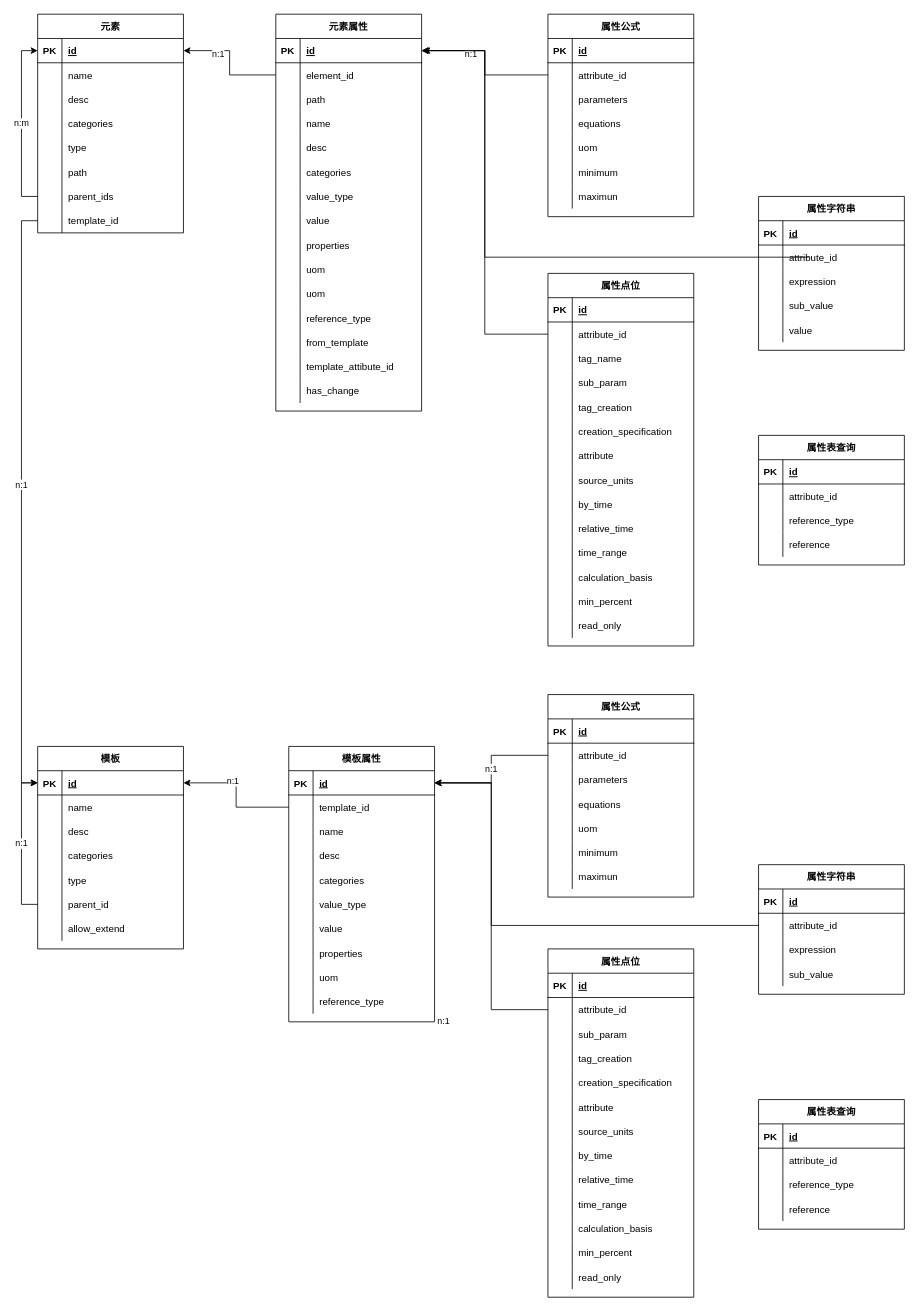
Above: 资产框架.drawio in huhailong147/Test (draw.io), before the change. Source tidied: cells renumbered, new cells numbered last; positions are measured from the earlier drawing's top-left corner, leaving out a move shared by most shapes. Both pictures are drawn from the tidied source at 81%, with x=0, y=0 at pixel (37, 14).
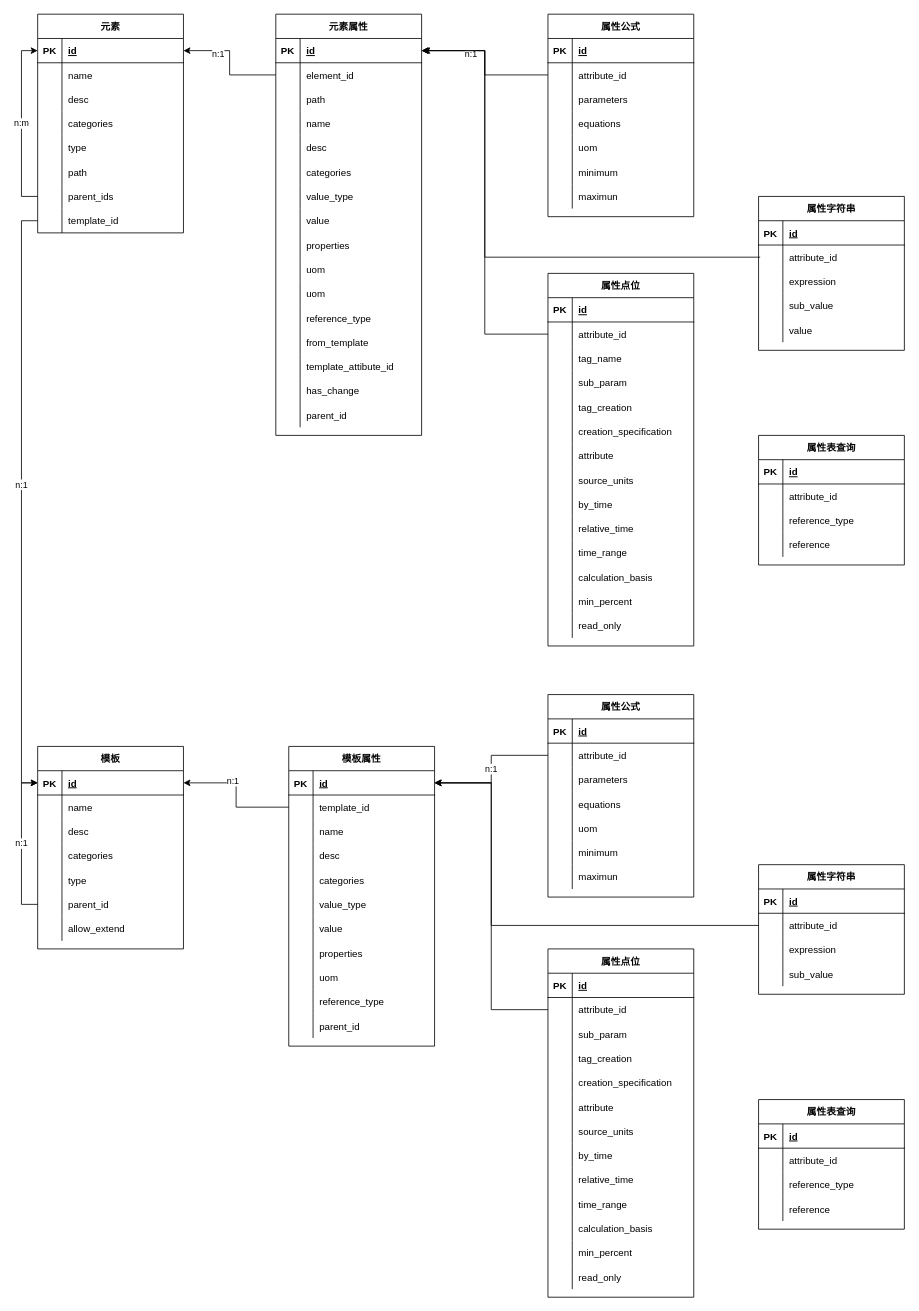
After the change.

What changed in the source:
```diff
@@
     <mxCell id="52" value="元素属性" style="shape=table;startSize=30;childLayout=tableLayout;rowLines=0;fontStyle=1;align=center;" parent="1" vertex="1">
-      <mxGeometry x="294" width="180" height="490" as="geometry" />
+      <mxGeometry x="294" width="180" height="520" as="geometry" />
     </mxCell>
@@
+    <mxCell id="324" style="shape=partialRectangle;fillColor=none;top=0;left=0;bottom=0;right=0;" parent="52" vertex="1">
+      <mxGeometry y="480" width="180" height="30" as="geometry" />
+    </mxCell>
+    <mxCell id="325" style="shape=partialRectangle;fillColor=none;top=0;left=0;bottom=0;right=0;overflow=hidden;" parent="324" vertex="1">
+      <mxGeometry width="30" height="30" as="geometry" />
+    </mxCell>
+    <mxCell id="326" value="parent_id" style="shape=partialRectangle;fillColor=none;top=0;left=0;bottom=0;right=0;align=left;spacingLeft=6;overflow=hidden;" parent="324" vertex="1">
+      <mxGeometry x="30" width="150" height="30" as="geometry" />
+    </mxCell>
@@
-    <mxCell id="148" style="edgeStyle=orthogonalEdgeStyle;rounded=0;orthogonalLoop=1;jettySize=auto;html=1;entryX=1;entryY=0.5;entryDx=0;entryDy=0;" parent="1" edge="1">
-      <mxGeometry relative="1" as="geometry">
-        <mxPoint x="952" y="300" as="sourcePoint" />
-        <mxPoint x="476" y="45" as="targetPoint" />
-        <Array as="points">
-          <mxPoint x="552" y="300" />
-          <mxPoint x="552" y="45" />
-        </Array>
-      </mxGeometry>
-    </mxCell>
@@
-    <mxCell id="165" value="n:1" style="edgeLabel;html=1;align=center;verticalAlign=middle;" parent="1" vertex="1">
-      <mxGeometry x="500" y="1242" as="geometry" />
-    </mxCell>
@@
     <mxCell id="192" value="模板属性" style="shape=table;startSize=30;childLayout=tableLayout;rowLines=0;fontStyle=1;align=center;" parent="1" vertex="1">
-      <mxGeometry x="310" y="904" width="180" height="340" as="geometry" />
+      <mxGeometry x="310" y="904" width="180" height="370" as="geometry" />
     </mxCell>
@@
+    <mxCell id="327" style="shape=partialRectangle;fillColor=none;top=0;left=0;bottom=0;right=0;" parent="192" vertex="1">
+      <mxGeometry y="330" width="180" height="30" as="geometry" />
+    </mxCell>
+    <mxCell id="328" style="shape=partialRectangle;fillColor=none;top=0;left=0;bottom=0;right=0;overflow=hidden;" parent="327" vertex="1">
+      <mxGeometry width="30" height="30" as="geometry" />
+    </mxCell>
+    <mxCell id="329" value="parent_id" style="shape=partialRectangle;fillColor=none;top=0;left=0;bottom=0;right=0;align=left;spacingLeft=6;overflow=hidden;" parent="327" vertex="1">
+      <mxGeometry x="30" width="150" height="30" as="geometry" />
+    </mxCell>
@@
+    <mxCell id="330" style="edgeStyle=orthogonalEdgeStyle;rounded=0;orthogonalLoop=1;jettySize=auto;html=1;entryX=1;entryY=0.5;entryDx=0;entryDy=0;" parent="1" edge="1">
+      <mxGeometry relative="1" as="geometry">
+        <mxPoint x="892" y="300" as="sourcePoint" />
+        <mxPoint x="476" y="45" as="targetPoint" />
+        <Array as="points">
+          <mxPoint x="552" y="300" />
+          <mxPoint x="552" y="45" />
+        </Array>
+      </mxGeometry>
+    </mxCell>
```
